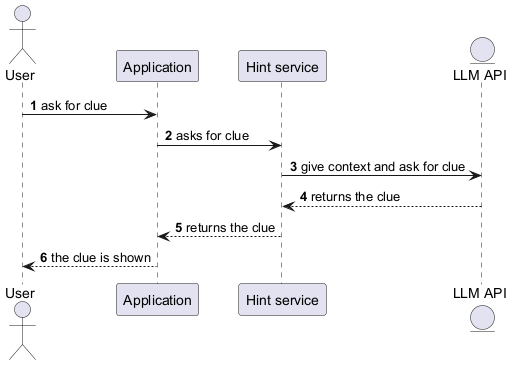
Above: images/Hint generation diagram.png in Arquisoft/wichat_en3a (PlantUML), before the change. The source it was exported from:
```plantuml
@startuml
autonumber
actor User
participant Application
participant "Hint service"
entity "LLM API"

User -> Application: ask for clue
Application -> "Hint service": asks for clue
"Hint service" -> "LLM API": give context and ask for clue
"LLM API" --> "Hint service": returns the clue
"Hint service" --> Application: returns the clue
Application --> User: the clue is shown

@enduml
```
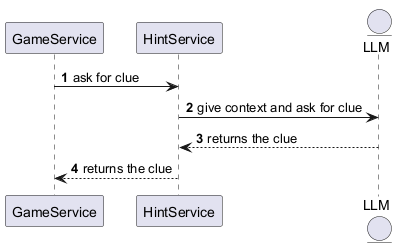
The same file after the commit.

Change to the diagram source:
```diff
@@ -1,15 +1,11 @@
 @startuml
 autonumber
-actor User
-participant Application
-participant "Hint service"
-entity "LLM API"
+participant GameService
+participant HintService
+entity LLM
 
-User -> Application: ask for clue
-Application -> "Hint service": asks for clue
-"Hint service" -> "LLM API": give context and ask for clue
-"LLM API" --> "Hint service": returns the clue
-"Hint service" --> Application: returns the clue
-Application --> User: the clue is shown
-
+GameService -> HintService: ask for clue
+HintService -> LLM: give context and ask for clue
+LLM --> HintService: returns the clue
+HintService --> GameService: returns the clue
 @enduml
```
